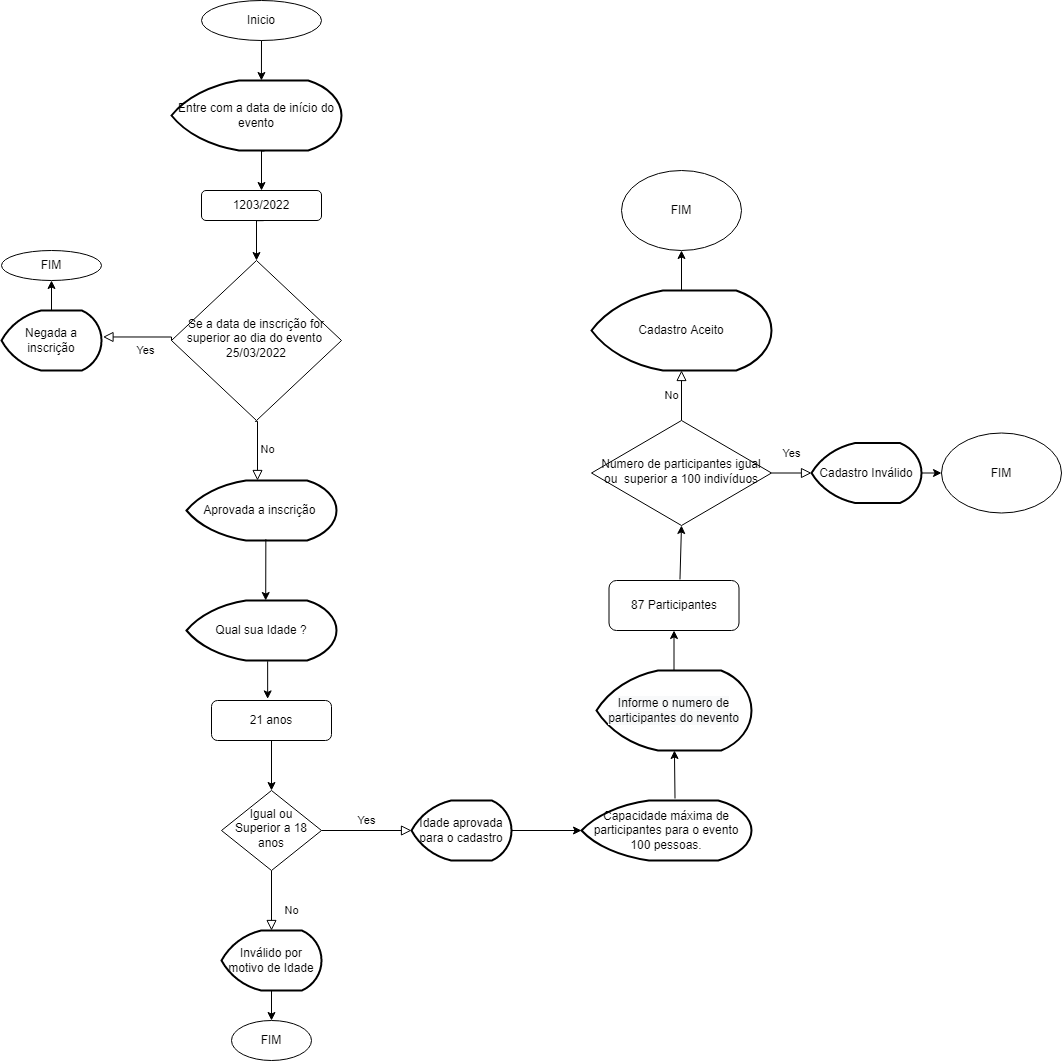
EvertonMDS/Fluxograma keeps this draw.io diagram as Untitled Diagram.drawio.png. Above is the earlier version. Source tidied: cells renumbered, new cells last; positions are measured from the earlier drawing's top-left corner, leaving out a move shared by most shapes.
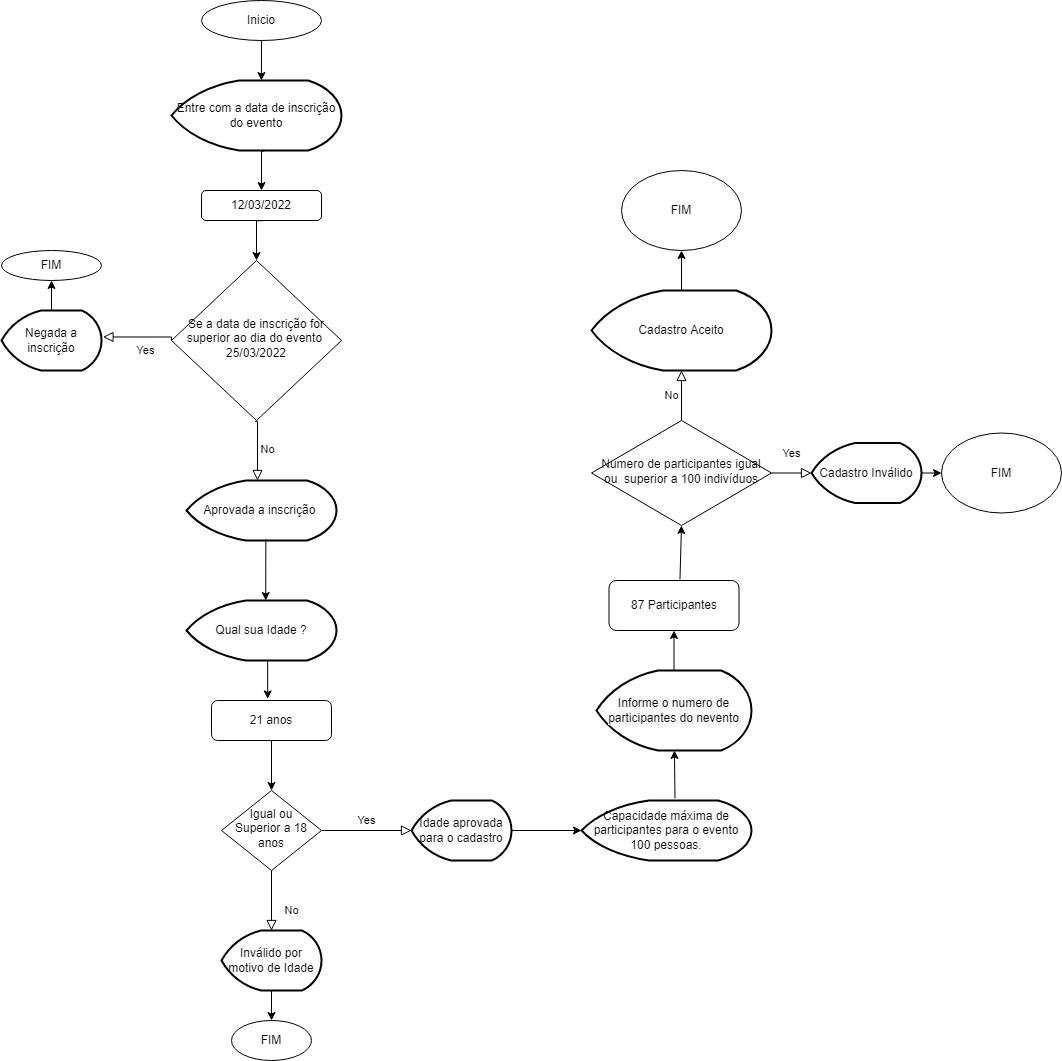
Later version of the same file.

Diff of the diagram source:
```diff
@@ -24,7 +24,7 @@
         </Array>
       </mxGeometry>
     </mxCell>
-    <mxCell id="8" value="Entre com a data de início do evento" style="strokeWidth=2;html=1;shape=mxgraph.flowchart.display;whiteSpace=wrap;" parent="1" vertex="1">
+    <mxCell id="8" value="Entre com a data de inscrição do evento" style="strokeWidth=2;html=1;shape=mxgraph.flowchart.display;whiteSpace=wrap;" parent="1" vertex="1">
       <mxGeometry x="170" y="80" width="170" height="70" as="geometry" />
     </mxCell>
     <mxCell id="9" style="edgeStyle=orthogonalEdgeStyle;rounded=0;jettySize=auto;html=1;exitX=0.518;exitY=1.005;exitDx=0;exitDy=0;exitPerimeter=0;entryX=0.5;entryY=0;entryDx=0;entryDy=0;" parent="1" edge="1" source="42" target="2">
@@ -140,7 +140,7 @@
     <mxCell id="41" style="endArrow=classic;html=1;rounded=0;entryX=0.529;entryY=0;entryDx=0;entryDy=0;entryPerimeter=0;" parent="1" edge="1" source="6" target="8">
       <mxGeometry relative="1" as="geometry" />
     </mxCell>
-    <mxCell id="42" value="&lt;span&gt;1203/2022&lt;/span&gt;" style="rounded=1;whiteSpace=wrap;html=1;" parent="1" vertex="1">
+    <mxCell id="42" value="&lt;span&gt;12/03/2022&lt;/span&gt;" style="rounded=1;whiteSpace=wrap;html=1;" parent="1" vertex="1">
       <mxGeometry x="200" y="190" width="120" height="30" as="geometry" />
     </mxCell>
   </root>
```
